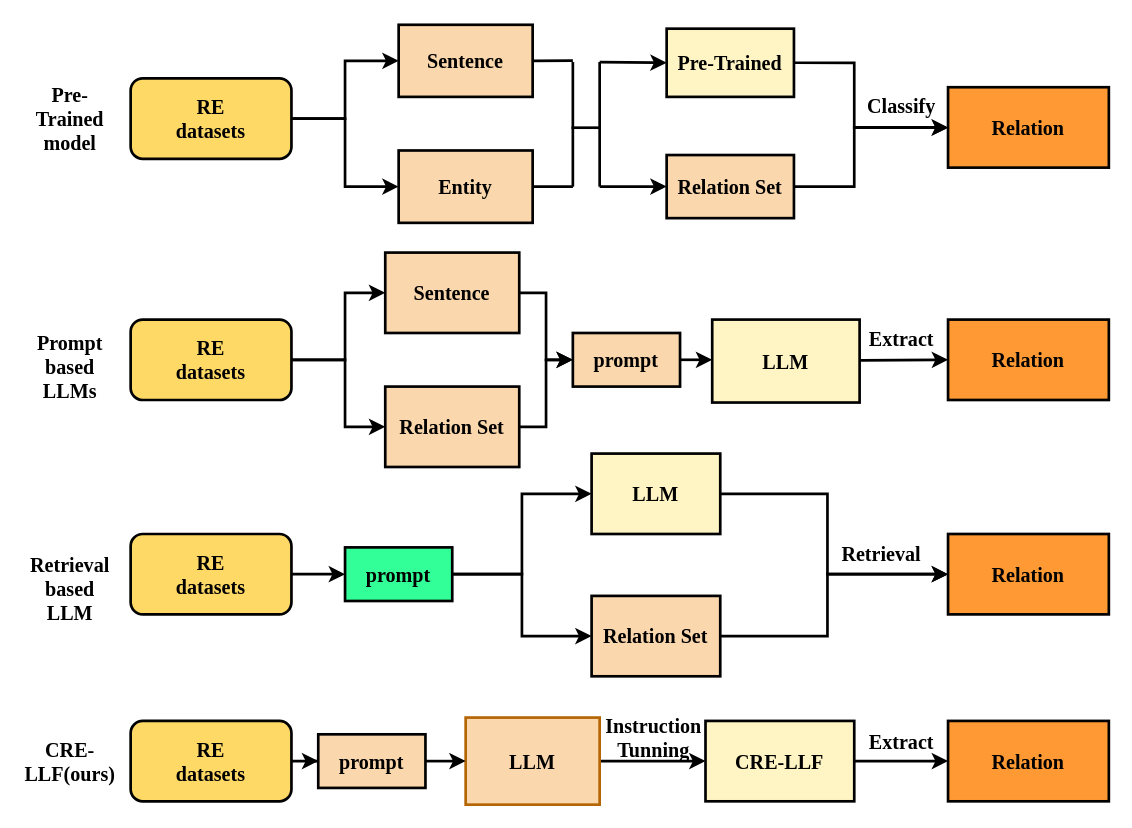
SkyuForever/CRE-LLM keeps this draw.io diagram as Figure1.drawio. Above is the earlier version. Source tidied: cells renumbered, new cells numbered last; positions are measured from the earlier drawing's top-left corner, leaving out a move shared by most shapes. Both pictures are drawn from the tidied source at 134%, with x=0, y=0 at pixel (23, 24).
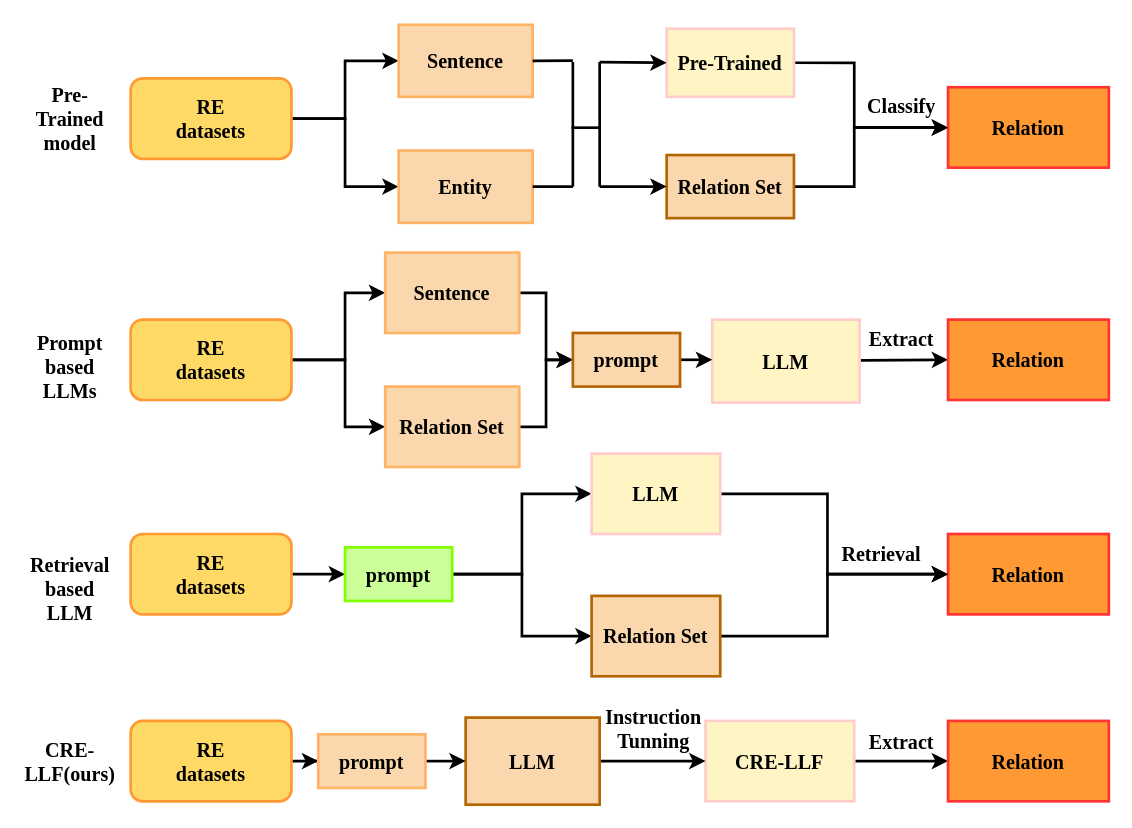
After the change.

Change to the diagram source:
```diff
@@
-    <mxCell id="3" value="&lt;font style=&quot;font-size: 15px;&quot;&gt;RE&lt;br style=&quot;font-size: 15px;&quot;&gt;datasets&lt;/font&gt;" style="rounded=1;whiteSpace=wrap;html=1;fillColor=#FFD966;gradientColor=none;strokeWidth=2;fontFamily=Times New Roman;fontStyle=1;fontSize=15;" parent="1" vertex="1">
+    <mxCell id="3" value="&lt;font style=&quot;font-size: 15px;&quot;&gt;RE&lt;br style=&quot;font-size: 15px;&quot;&gt;datasets&lt;/font&gt;" style="rounded=1;whiteSpace=wrap;html=1;fillColor=#FFD966;gradientColor=none;strokeWidth=2;fontFamily=Times New Roman;fontStyle=1;fontSize=15;strokeColor=#FF9933;" parent="1" vertex="1">
       <mxGeometry x="80" y="519.5" width="120" height="60" as="geometry" />
     </mxCell>
     <mxCell id="4" value="&lt;font style=&quot;font-size: 15px;&quot;&gt;Instruction &lt;br style=&quot;font-size: 15px;&quot;&gt;Tunning&lt;/font&gt;" style="text;html=1;align=center;verticalAlign=middle;strokeColor=none;fillColor=none;strokeWidth=2;fontFamily=Times New Roman;fontStyle=1;fontSize=15;" parent="1" vertex="1">
-      <mxGeometry x="420" y="507" width="100" height="50" as="geometry" />
+      <mxGeometry x="420" y="499.5" width="100" height="50" as="geometry" />
     </mxCell>
@@
-    <mxCell id="6" value="&lt;font style=&quot;font-size: 15px;&quot;&gt;CRE-LLF&lt;/font&gt;" style="rounded=0;whiteSpace=wrap;html=1;fillColor=#FFF4C3;strokeWidth=2;fontFamily=Times New Roman;fontStyle=1;fontSize=15;" parent="1" vertex="1">
+    <mxCell id="6" value="&lt;font style=&quot;font-size: 15px;&quot;&gt;CRE-LLF&lt;/font&gt;" style="rounded=0;whiteSpace=wrap;html=1;fillColor=#FFF4C3;strokeWidth=2;fontFamily=Times New Roman;fontStyle=1;fontSize=15;strokeColor=#FFCCCC;" parent="1" vertex="1">
       <mxGeometry x="509" y="519.5" width="111" height="60" as="geometry" />
     </mxCell>
@@
-    <mxCell id="11" value="&lt;font style=&quot;font-size: 15px;&quot;&gt;RE&lt;br style=&quot;font-size: 15px;&quot;&gt;datasets&lt;/font&gt;" style="rounded=1;whiteSpace=wrap;html=1;fillColor=#FFD966;gradientColor=none;strokeWidth=2;fontFamily=Times New Roman;fontStyle=1;fontSize=15;" parent="1" vertex="1">
+    <mxCell id="11" value="&lt;font style=&quot;font-size: 15px;&quot;&gt;RE&lt;br style=&quot;font-size: 15px;&quot;&gt;datasets&lt;/font&gt;" style="rounded=1;whiteSpace=wrap;html=1;fillColor=#FFD966;gradientColor=none;strokeWidth=2;fontFamily=Times New Roman;fontStyle=1;fontSize=15;strokeColor=#FF9933;" parent="1" vertex="1">
       <mxGeometry x="80" y="40" width="120" height="60" as="geometry" />
     </mxCell>
-    <mxCell id="12" value="Sentence" style="rounded=0;whiteSpace=wrap;html=1;fillColor=#FAD7AC;strokeColor=#000000;strokeWidth=2;fontFamily=Times New Roman;fontStyle=1;fontSize=15;" parent="1" vertex="1">
+    <mxCell id="12" value="Sentence" style="rounded=0;whiteSpace=wrap;html=1;fillColor=#FAD7AC;strokeColor=#FFB366;strokeWidth=2;fontFamily=Times New Roman;fontStyle=1;fontSize=15;" parent="1" vertex="1">
       <mxGeometry x="280" width="100" height="53.8" as="geometry" />
     </mxCell>
-    <mxCell id="13" value="Entity" style="rounded=0;whiteSpace=wrap;html=1;fillColor=#FAD7AC;strokeWidth=2;fontFamily=Times New Roman;fontStyle=1;fontSize=15;" parent="1" vertex="1">
+    <mxCell id="13" value="Entity" style="rounded=0;whiteSpace=wrap;html=1;fillColor=#FAD7AC;strokeWidth=2;fontFamily=Times New Roman;fontStyle=1;fontSize=15;strokeColor=#FFB366;" parent="1" vertex="1">
       <mxGeometry x="280" y="93.8" width="100" height="54" as="geometry" />
     </mxCell>
@@
-    <mxCell id="15" value="&lt;span style=&quot;font-size: 15px;&quot;&gt;Pre-Trained&lt;/span&gt;" style="rounded=0;whiteSpace=wrap;html=1;fillColor=#FFF4C3;strokeWidth=2;fontFamily=Times New Roman;fontStyle=1;fontSize=15;" parent="1" vertex="1">
+    <mxCell id="15" value="&lt;span style=&quot;font-size: 15px;&quot;&gt;Pre-Trained&lt;/span&gt;" style="rounded=0;whiteSpace=wrap;html=1;fillColor=#FFF4C3;strokeWidth=2;fontFamily=Times New Roman;fontStyle=1;fontSize=15;strokeColor=#FFCCCC;" parent="1" vertex="1">
       <mxGeometry x="480" y="2.9" width="95" height="50.9" as="geometry" />
     </mxCell>
-    <mxCell id="16" value="&lt;font style=&quot;font-size: 15px;&quot;&gt;Relation&lt;/font&gt;" style="whiteSpace=wrap;html=1;rounded=0;fillColor=#FF9933;strokeWidth=2;fontFamily=Times New Roman;fontStyle=1;fontSize=15;" parent="1" vertex="1">
+    <mxCell id="16" value="&lt;font style=&quot;font-size: 15px;&quot;&gt;Relation&lt;/font&gt;" style="whiteSpace=wrap;html=1;rounded=0;fillColor=#FF9933;strokeWidth=2;fontFamily=Times New Roman;fontStyle=1;fontSize=15;strokeColor=#FF3333;" parent="1" vertex="1">
       <mxGeometry x="690" y="46.6" width="120" height="60" as="geometry" />
     </mxCell>
@@
-    <mxCell id="18" value="Relation" style="whiteSpace=wrap;html=1;fillColor=#FF9933;rounded=0;strokeWidth=2;fontFamily=Times New Roman;fontStyle=1;fontSize=15;" parent="1" vertex="1">
+    <mxCell id="18" value="Relation" style="whiteSpace=wrap;html=1;fillColor=#FF9933;rounded=0;strokeWidth=2;fontFamily=Times New Roman;fontStyle=1;fontSize=15;strokeColor=#FF3333;" parent="1" vertex="1">
       <mxGeometry x="690" y="519.5" width="120" height="60" as="geometry" />
     </mxCell>
@@
-    <mxCell id="21" value="&lt;font style=&quot;font-size: 15px;&quot;&gt;RE&lt;br style=&quot;font-size: 15px;&quot;&gt;datasets&lt;/font&gt;" style="rounded=1;whiteSpace=wrap;html=1;fillColor=#FFD966;gradientColor=none;strokeWidth=2;fontFamily=Times New Roman;fontStyle=1;fontSize=15;" parent="1" vertex="1">
+    <mxCell id="21" value="&lt;font style=&quot;font-size: 15px;&quot;&gt;RE&lt;br style=&quot;font-size: 15px;&quot;&gt;datasets&lt;/font&gt;" style="rounded=1;whiteSpace=wrap;html=1;fillColor=#FFD966;gradientColor=none;strokeWidth=2;fontFamily=Times New Roman;fontStyle=1;fontSize=15;strokeColor=#FF9933;" parent="1" vertex="1">
       <mxGeometry x="80" y="220" width="120" height="60" as="geometry" />
     </mxCell>
@@
-    <mxCell id="23" value="Sentence" style="rounded=0;whiteSpace=wrap;html=1;fillColor=#FAD7AC;strokeColor=default;strokeWidth=2;fontFamily=Times New Roman;fontStyle=1;fontSize=15;" parent="1" vertex="1">
+    <mxCell id="23" value="Sentence" style="rounded=0;whiteSpace=wrap;html=1;fillColor=#FAD7AC;strokeColor=#FFB366;strokeWidth=2;fontFamily=Times New Roman;fontStyle=1;fontSize=15;" parent="1" vertex="1">
       <mxGeometry x="270" y="170" width="100" height="60" as="geometry" />
     </mxCell>
@@
-    <mxCell id="25" value="Relation Set" style="rounded=0;whiteSpace=wrap;html=1;fillColor=#FAD7AC;strokeWidth=2;fontFamily=Times New Roman;fontStyle=1;fontSize=15;" parent="1" vertex="1">
+    <mxCell id="25" value="Relation Set" style="rounded=0;whiteSpace=wrap;html=1;fillColor=#FAD7AC;strokeWidth=2;fontFamily=Times New Roman;fontStyle=1;fontSize=15;strokeColor=#FFB366;" parent="1" vertex="1">
       <mxGeometry x="270" y="270" width="100" height="60" as="geometry" />
     </mxCell>
@@
-    <mxCell id="27" value="&lt;font style=&quot;font-size: 15px;&quot;&gt;Relation&lt;/font&gt;" style="whiteSpace=wrap;html=1;rounded=0;fillColor=#FF9933;strokeWidth=2;fontFamily=Times New Roman;fontStyle=1;fontSize=15;" parent="1" vertex="1">
+    <mxCell id="27" value="&lt;font style=&quot;font-size: 15px;&quot;&gt;Relation&lt;/font&gt;" style="whiteSpace=wrap;html=1;rounded=0;fillColor=#FF9933;strokeWidth=2;fontFamily=Times New Roman;fontStyle=1;fontSize=15;strokeColor=#FF3333;" parent="1" vertex="1">
       <mxGeometry x="690" y="220" width="120" height="60" as="geometry" />
     </mxCell>
-    <mxCell id="28" value="&lt;font style=&quot;font-size: 15px;&quot;&gt;LLM&lt;/font&gt;" style="rounded=0;whiteSpace=wrap;html=1;fillColor=#FFF4C3;strokeWidth=2;fontFamily=Times New Roman;fontStyle=1;fontSize=15;" parent="1" vertex="1">
+    <mxCell id="28" value="&lt;font style=&quot;font-size: 15px;&quot;&gt;LLM&lt;/font&gt;" style="rounded=0;whiteSpace=wrap;html=1;fillColor=#FFF4C3;strokeWidth=2;fontFamily=Times New Roman;fontStyle=1;fontSize=15;strokeColor=#FFCCCC;" parent="1" vertex="1">
       <mxGeometry x="514" y="220" width="110" height="61.9" as="geometry" />
     </mxCell>
@@
-    <mxCell id="30" value="prompt" style="rounded=0;whiteSpace=wrap;html=1;fillColor=#FAD7AC;strokeWidth=2;fontFamily=Times New Roman;fontStyle=1;fontSize=15;" parent="1" vertex="1">
+    <mxCell id="30" value="prompt" style="rounded=0;whiteSpace=wrap;html=1;fillColor=#FAD7AC;strokeWidth=2;fontFamily=Times New Roman;fontStyle=1;fontSize=15;strokeColor=#B46504;" parent="1" vertex="1">
       <mxGeometry x="410" y="230" width="80" height="40" as="geometry" />
     </mxCell>
@@
-    <mxCell id="34" value="prompt" style="rounded=0;whiteSpace=wrap;html=1;fillColor=#FAD7AC;strokeWidth=2;fontFamily=Times New Roman;fontStyle=1;fontSize=15;" parent="1" vertex="1">
+    <mxCell id="34" value="prompt" style="rounded=0;whiteSpace=wrap;html=1;fillColor=#FAD7AC;strokeWidth=2;fontFamily=Times New Roman;fontStyle=1;fontSize=15;strokeColor=#FFB366;" parent="1" vertex="1">
       <mxGeometry x="220" y="529.5" width="80" height="40" as="geometry" />
     </mxCell>
@@
-    <mxCell id="38" value="&lt;font style=&quot;font-size: 15px;&quot;&gt;RE&lt;br style=&quot;font-size: 15px;&quot;&gt;datasets&lt;/font&gt;" style="rounded=1;whiteSpace=wrap;html=1;fillColor=#FFD966;gradientColor=none;strokeWidth=2;fontFamily=Times New Roman;fontStyle=1;fontSize=15;" parent="1" vertex="1">
+    <mxCell id="38" value="&lt;font style=&quot;font-size: 15px;&quot;&gt;RE&lt;br style=&quot;font-size: 15px;&quot;&gt;datasets&lt;/font&gt;" style="rounded=1;whiteSpace=wrap;html=1;fillColor=#FFD966;gradientColor=none;strokeWidth=2;fontFamily=Times New Roman;fontStyle=1;fontSize=15;strokeColor=#FF9933;" parent="1" vertex="1">
       <mxGeometry x="80" y="380" width="120" height="60" as="geometry" />
     </mxCell>
-    <mxCell id="39" value="Relation" style="whiteSpace=wrap;html=1;rounded=0;fillColor=#FF9933;strokeWidth=2;fontFamily=Times New Roman;fontStyle=1;fontSize=15;" parent="1" vertex="1">
+    <mxCell id="39" value="Relation" style="whiteSpace=wrap;html=1;rounded=0;fillColor=#FF9933;strokeWidth=2;fontFamily=Times New Roman;fontStyle=1;fontSize=15;strokeColor=#FF3333;" parent="1" vertex="1">
       <mxGeometry x="690" y="380" width="120" height="60" as="geometry" />
     </mxCell>
@@
-    <mxCell id="42" value="prompt" style="rounded=0;whiteSpace=wrap;html=1;fillColor=#33FF99;strokeWidth=2;fontFamily=Times New Roman;fontStyle=1;fontSize=15;" parent="1" vertex="1">
+    <mxCell id="42" value="prompt" style="rounded=0;whiteSpace=wrap;html=1;fillColor=#CCFF99;strokeWidth=2;fontFamily=Times New Roman;fontStyle=1;fontSize=15;strokeColor=#80FF00;" parent="1" vertex="1">
       <mxGeometry x="240" y="390" width="80" height="40" as="geometry" />
     </mxCell>
@@
-    <mxCell id="46" value="&lt;font style=&quot;font-size: 15px;&quot;&gt;LLM&lt;/font&gt;" style="rounded=0;whiteSpace=wrap;html=1;fillColor=#FFF4C3;strokeWidth=2;fontFamily=Times New Roman;fontStyle=1;fontSize=15;" parent="1" vertex="1">
+    <mxCell id="46" value="&lt;font style=&quot;font-size: 15px;&quot;&gt;LLM&lt;/font&gt;" style="rounded=0;whiteSpace=wrap;html=1;fillColor=#FFF4C3;strokeWidth=2;fontFamily=Times New Roman;fontStyle=1;fontSize=15;strokeColor=#FFCCCC;" parent="1" vertex="1">
       <mxGeometry x="424" y="320" width="96" height="60" as="geometry" />
     </mxCell>
@@
-    <mxCell id="49" value="Relation Set" style="rounded=0;whiteSpace=wrap;html=1;fillColor=#FAD7AC;strokeWidth=2;fontFamily=Times New Roman;fontStyle=1;fontSize=15;" parent="1" vertex="1">
+    <mxCell id="49" value="Relation Set" style="rounded=0;whiteSpace=wrap;html=1;fillColor=#FAD7AC;strokeWidth=2;fontFamily=Times New Roman;fontStyle=1;fontSize=15;strokeColor=#B46504;" parent="1" vertex="1">
       <mxGeometry x="480" y="97.2" width="95" height="47.1" as="geometry" />
     </mxCell>
@@
-    <mxCell id="51" value="Relation Set" style="rounded=0;whiteSpace=wrap;html=1;fillColor=#FAD7AC;strokeWidth=2;fontFamily=Times New Roman;fontStyle=1;fontSize=15;" parent="1" vertex="1">
+    <mxCell id="51" value="Relation Set" style="rounded=0;whiteSpace=wrap;html=1;fillColor=#FAD7AC;strokeWidth=2;fontFamily=Times New Roman;fontStyle=1;fontSize=15;strokeColor=#B46504;" parent="1" vertex="1">
       <mxGeometry x="424" y="426.2" width="96" height="60" as="geometry" />
     </mxCell>
```
